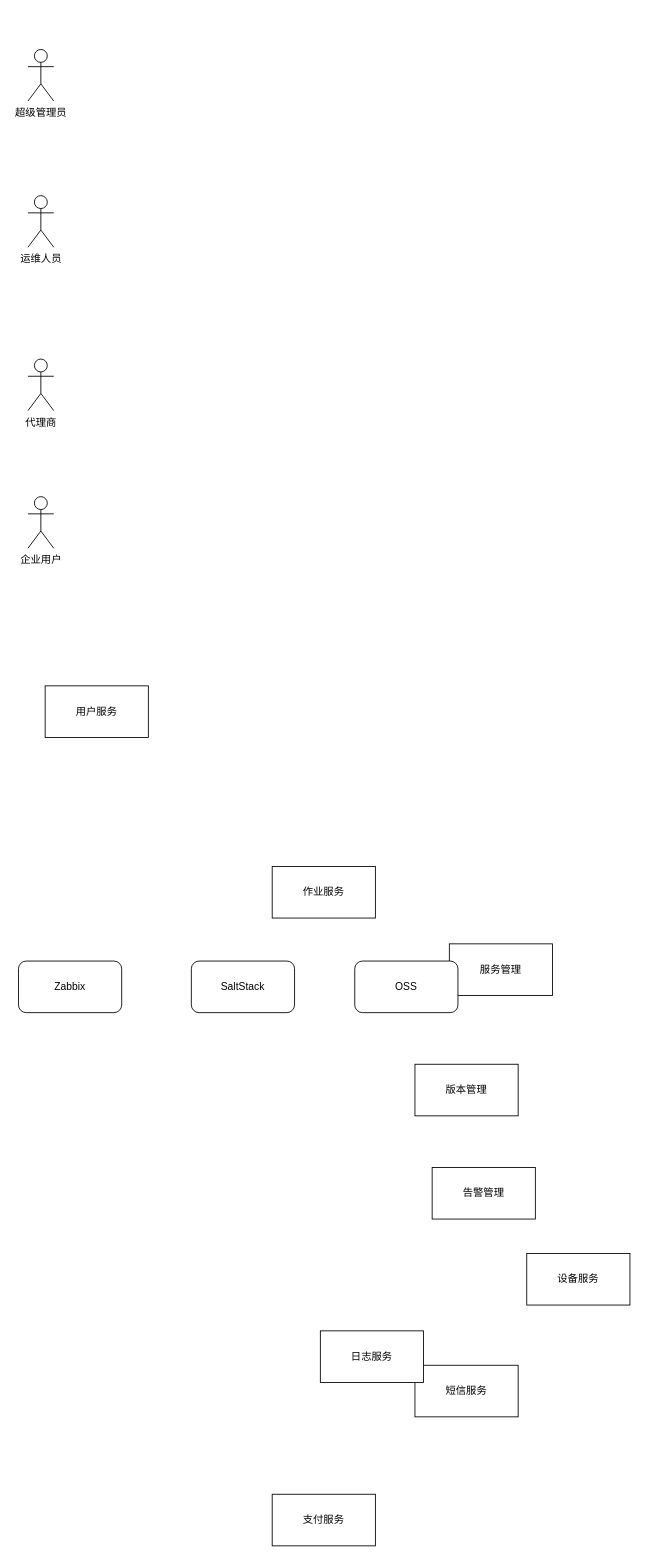
The draw.io diagram page "Page-7" (7 of 7) of V3.0.0.drawio in FifteenLab/test, before the edit. Source tidied: cells renumbered, new cells numbered last; positions are measured from the earlier drawing's top-left corner, leaving out a move shared by most shapes. Both pictures are drawn from the tidied source at 86%, with x=0, y=0 at pixel (18, 49).
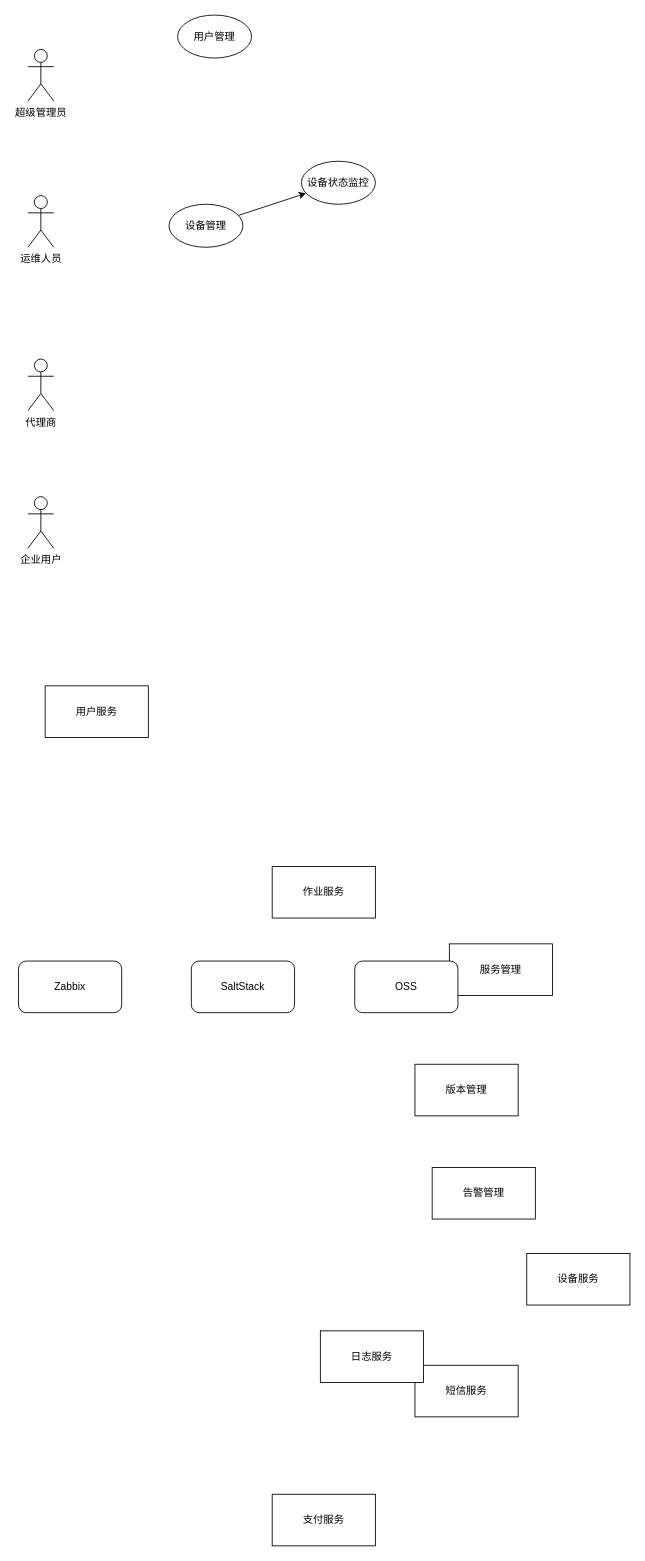
After the change.

What changed in the source:
```diff
@@
+    <mxCell id="18" style="rounded=0;jettySize=auto;html=1;" parent="1" edge="1" source="19" target="20">
+      <mxGeometry relative="1" as="geometry" />
+    </mxCell>
+    <mxCell id="19" value="设备管理" style="ellipse;whiteSpace=wrap;html=1;" parent="1" vertex="1">
+      <mxGeometry x="175" y="180" width="86" height="50" as="geometry" />
+    </mxCell>
+    <mxCell id="20" value="设备状态监控" style="ellipse;whiteSpace=wrap;html=1;" parent="1" vertex="1">
+      <mxGeometry x="329" y="130" width="86" height="50" as="geometry" />
+    </mxCell>
+    <mxCell id="21" value="用户管理" style="ellipse;whiteSpace=wrap;html=1;" parent="1" vertex="1">
+      <mxGeometry x="185" y="-40" width="86" height="50" as="geometry" />
+    </mxCell>
```
